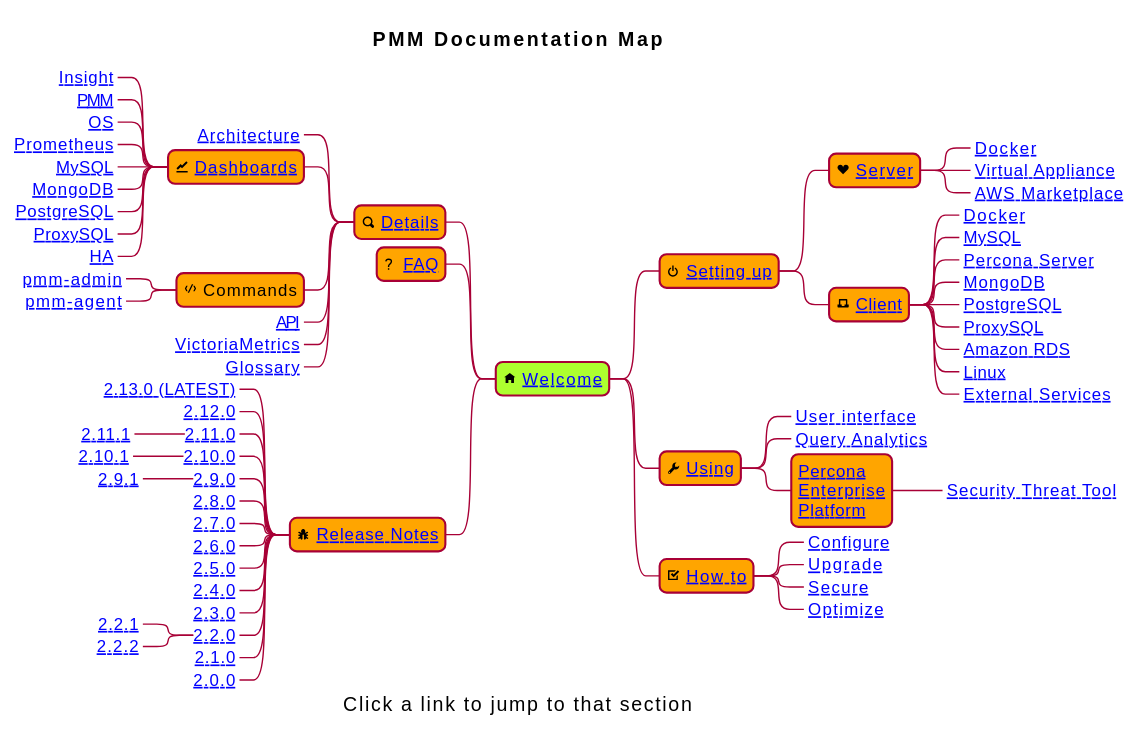
The PlantUML diagram docs/_images/PMM_Documentation_Map.svg in percona/pmm, before a commit. Its diagram source:
```plantuml
@startmindmap "PMM_Documentation_Map"
title PMM Documentation Map
caption Click a link to jump to that section
skinparam Shadowing false
<style>
mindmapDiagram {
  node {
    FontSize 12
    BackgroundColor Orange
    RoundCorner 10
    Padding 5
    Margin 3
  }
}
</style>

*[#GreenYellow] <&home> [[https://www.percona.com/doc/percona-monitoring-and-management/2.x/index.html Welcome]]
** <&power-standby> [[https://www.percona.com/doc/percona-monitoring-and-management/2.x/setting-up/ Setting up]]
*** <&heart> [[https://www.percona.com/doc/percona-monitoring-and-management/2.x/setting-up/server/ Server]]
****_ [[https://www.percona.com/doc/percona-monitoring-and-management/2.x/setting-up/server/docker.html Docker]]
****_ [[https://www.percona.com/doc/percona-monitoring-and-management/2.x/setting-up/server/virtual-appliance.html Virtual Appliance]]
****_ [[https://www.percona.com/doc/percona-monitoring-and-management/2.x/setting-up/server/aws.html AWS Marketplace]]
*** <&laptop> [[https://www.percona.com/doc/percona-monitoring-and-management/2.x/setting-up/client/ Client]]
****_ [[https://www.percona.com/doc/percona-monitoring-and-management/2.x/setting-up/client/docker.html Docker]]
****_ [[https://www.percona.com/doc/percona-monitoring-and-management/2.x/setting-up/client/mysql.html MySQL]]
****_ [[https://www.percona.com/doc/percona-monitoring-and-management/2.x/setting-up/client/percona-server.html Percona Server]]
****_ [[https://www.percona.com/doc/percona-monitoring-and-management/2.x/setting-up/client/mongodb.html MongoDB]]
****_ [[https://www.percona.com/doc/percona-monitoring-and-management/2.x/setting-up/client/postgresql.html PostgreSQL]]
****_ [[https://www.percona.com/doc/percona-monitoring-and-management/2.x/setting-up/client/proxysql.html ProxySQL]]
****_ [[https://www.percona.com/doc/percona-monitoring-and-management/2.x/setting-up/client/aws.html Amazon RDS]]
****_ [[https://www.percona.com/doc/percona-monitoring-and-management/2.x/setting-up/client/linux.html Linux]]
****_ [[https://www.percona.com/doc/percona-monitoring-and-management/2.x/setting-up/client/external.html External Services]]

** <&wrench> [[https://www.percona.com/doc/percona-monitoring-and-management/2.x/using/ Using]]
***_ [[https://www.percona.com/doc/percona-monitoring-and-management/2.x/using/interface.html User interface]]
***_ [[https://www.percona.com/doc/percona-monitoring-and-management/2.x/using/query-analytics.html Query Analytics]]
*** [[https://www.percona.com/doc/percona-monitoring-and-management/2.x/using/platform/  Percona\nEnterprise\nPlatform]]
****_ [[https://www.percona.com/doc/percona-monitoring-and-management/2.x/using/platform/security-threat-tool.html Security Threat Tool]]

** <&task> [[https://www.percona.com/doc/percona-monitoring-and-management/2.x/how-to/ How to]]
***_ [[https://www.percona.com/doc/percona-monitoring-and-management/2.x/how-to/configure.html Configure]]
***_ [[https://www.percona.com/doc/percona-monitoring-and-management/2.x/how-to/upgrade.html Upgrade]]
***_ [[https://www.percona.com/doc/percona-monitoring-and-management/2.x/how-to/secure.html Secure]]
***_ [[https://www.percona.com/doc/percona-monitoring-and-management/2.x/how-to/optimize.html Optimize]]

left side


** <&magnifying-glass> [[https://www.percona.com/doc/percona-monitoring-and-management/2.x/details/ Details]]
***_ [[https://www.percona.com/doc/percona-monitoring-and-management/2.x/details/architecture.html Architecture]]
*** <&graph> [[https://www.percona.com/doc/percona-monitoring-and-management/2.x/details/dashboards/ Dashboards]]
****_ [[https://www.percona.com/doc/percona-monitoring-and-management/2.x/details/dashboards/index.html#insight Insight]]
****_ [[https://www.percona.com/doc/percona-monitoring-and-management/2.x/details/dashboards/index.html#pmm PMM]]
****_ [[https://www.percona.com/doc/percona-monitoring-and-management/2.x/details/dashboards/index.html#os-dashboards OS]]
****_ [[https://www.percona.com/doc/percona-monitoring-and-management/2.x/details/dashboards/index.html#prometheus-dashboards Prometheus]]
****_ [[https://www.percona.com/doc/percona-monitoring-and-management/2.x/details/dashboards/index.html#mysql-dashboards MySQL]]
****_ [[https://www.percona.com/doc/percona-monitoring-and-management/2.x/details/dashboards/index.html#mongodb-dashboards MongoDB]]
****_ [[https://www.percona.com/doc/percona-monitoring-and-management/2.x/details/dashboards/index.html#postgresql-dashboards PostgreSQL]]
****_ [[https://www.percona.com/doc/percona-monitoring-and-management/2.x/details/dashboards/index.html#proxysql-dashboards ProxySQL]]
****_ [[https://www.percona.com/doc/percona-monitoring-and-management/2.x/details/dashboards/index.html#ha-dashboards HA]]

*** <&code> Commands
****_ [[https://www.percona.com/doc/percona-monitoring-and-management/2.x/details/commands/pmm-admin.html pmm-admin]]
****_ [[https://www.percona.com/doc/percona-monitoring-and-management/2.x/details/commands/pmm-agent.html pmm-agent]]
***_ [[https://www.percona.com/doc/percona-monitoring-and-management/2.x/details/api.html API]]
***_ [[https://www.percona.com/doc/percona-monitoring-and-management/2.x/details/victoria-metrics.html VictoriaMetrics]]
***_ [[https://www.percona.com/doc/percona-monitoring-and-management/2.x/details/glossary.html Glossary]]

** <&question-mark> [[https://www.percona.com/doc/percona-monitoring-and-management/2.x/faq.html FAQ]]

** <&bug> [[https://www.percona.com/doc/percona-monitoring-and-management/2.x/release-notes/ Release Notes]]
***_ [[https://www.percona.com/doc/percona-monitoring-and-management/2.x/release-notes/2.13.0.html 2.13.0 (LATEST)]]
***_ [[https://www.percona.com/doc/percona-monitoring-and-management/2.x/release-notes/2.12.0.html 2.12.0]]
***_ [[https://www.percona.com/doc/percona-monitoring-and-management/2.x/release-notes/2.11.0.html 2.11.0]]
****_ [[https://www.percona.com/doc/percona-monitoring-and-management/2.x/release-notes/2.11.1.html 2.11.1]]
***_ [[https://www.percona.com/doc/percona-monitoring-and-management/2.x/release-notes/2.10.0.html 2.10.0]]
****_ [[https://www.percona.com/doc/percona-monitoring-and-management/2.x/release-notes/2.10.1.html 2.10.1]]
***_ [[https://www.percona.com/doc/percona-monitoring-and-management/2.x/release-notes/2.9.0.html 2.9.0]]
****_ [[https://www.percona.com/doc/percona-monitoring-and-management/2.x/release-notes/2.9.1.html 2.9.1]]
***_ [[https://www.percona.com/doc/percona-monitoring-and-management/2.x/release-notes/2.8.0.html 2.8.0]]
***_ [[https://www.percona.com/doc/percona-monitoring-and-management/2.x/release-notes/2.7.0.html 2.7.0]]
***_ [[https://www.percona.com/doc/percona-monitoring-and-management/2.x/release-notes/2.6.0.html 2.6.0]]
***_ [[https://www.percona.com/doc/percona-monitoring-and-management/2.x/release-notes/2.5.0.html 2.5.0]]
***_ [[https://www.percona.com/doc/percona-monitoring-and-management/2.x/release-notes/2.4.0.html 2.4.0]]
***_ [[https://www.percona.com/doc/percona-monitoring-and-management/2.x/release-notes/2.3.0.html 2.3.0]]
***_ [[https://www.percona.com/doc/percona-monitoring-and-management/2.x/release-notes/2.2.0.html 2.2.0]]
****_ [[https://www.percona.com/doc/percona-monitoring-and-management/2.x/release-notes/2.2.1.html 2.2.1]]
****_ [[https://www.percona.com/doc/percona-monitoring-and-management/2.x/release-notes/2.2.2.html 2.2.2]]
***_ [[https://www.percona.com/doc/percona-monitoring-and-management/2.x/release-notes/2.1.0.html 2.1.0]]
***_ [[https://www.percona.com/doc/percona-monitoring-and-management/2.x/release-notes/2.0.0.html 2.0.0]]
@endmindmap
```
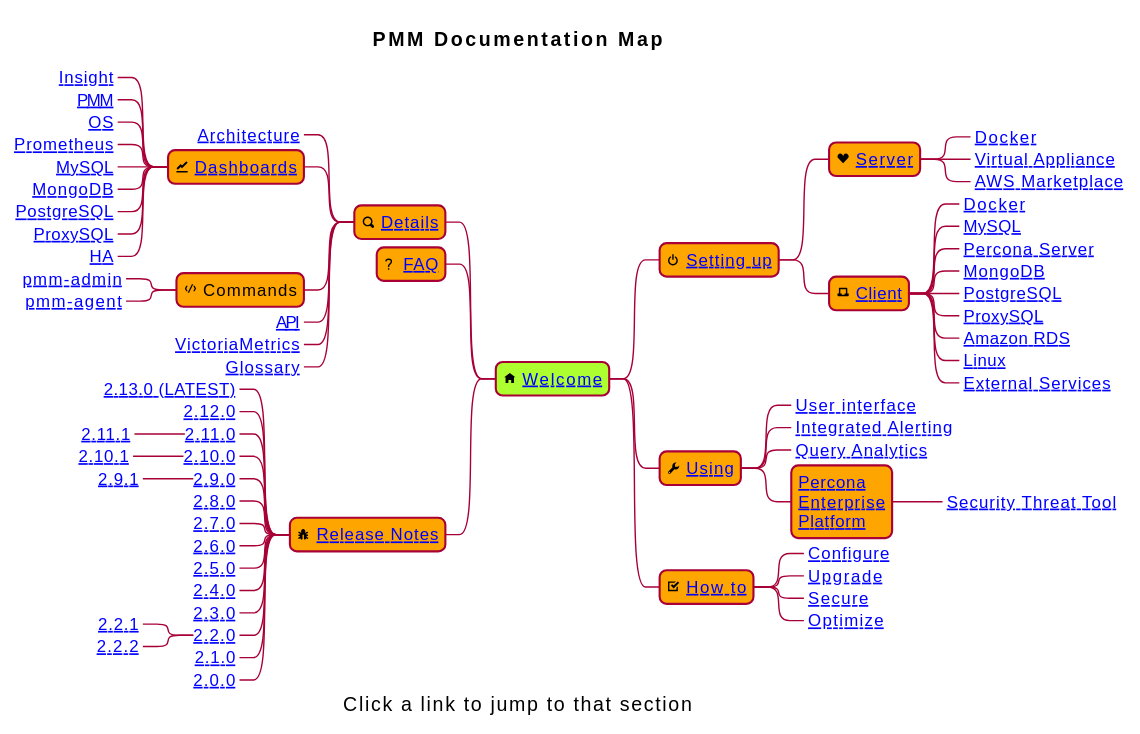
The same file after the commit.

Change to the diagram source:
```diff
@@ -33,6 +33,7 @@
 
 ** <&wrench> [[https://www.percona.com/doc/percona-monitoring-and-management/2.x/using/ Using]]
 ***_ [[https://www.percona.com/doc/percona-monitoring-and-management/2.x/using/interface.html User interface]]
+***_ [[https://www.percona.com/doc/percona-monitoring-and-management/2.x/using/alerting.html Integrated Alerting]]
 ***_ [[https://www.percona.com/doc/percona-monitoring-and-management/2.x/using/query-analytics.html Query Analytics]]
 *** [[https://www.percona.com/doc/percona-monitoring-and-management/2.x/using/platform/  Percona\nEnterprise\nPlatform]]
 ****_ [[https://www.percona.com/doc/percona-monitoring-and-management/2.x/using/platform/security-threat-tool.html Security Threat Tool]]
```
